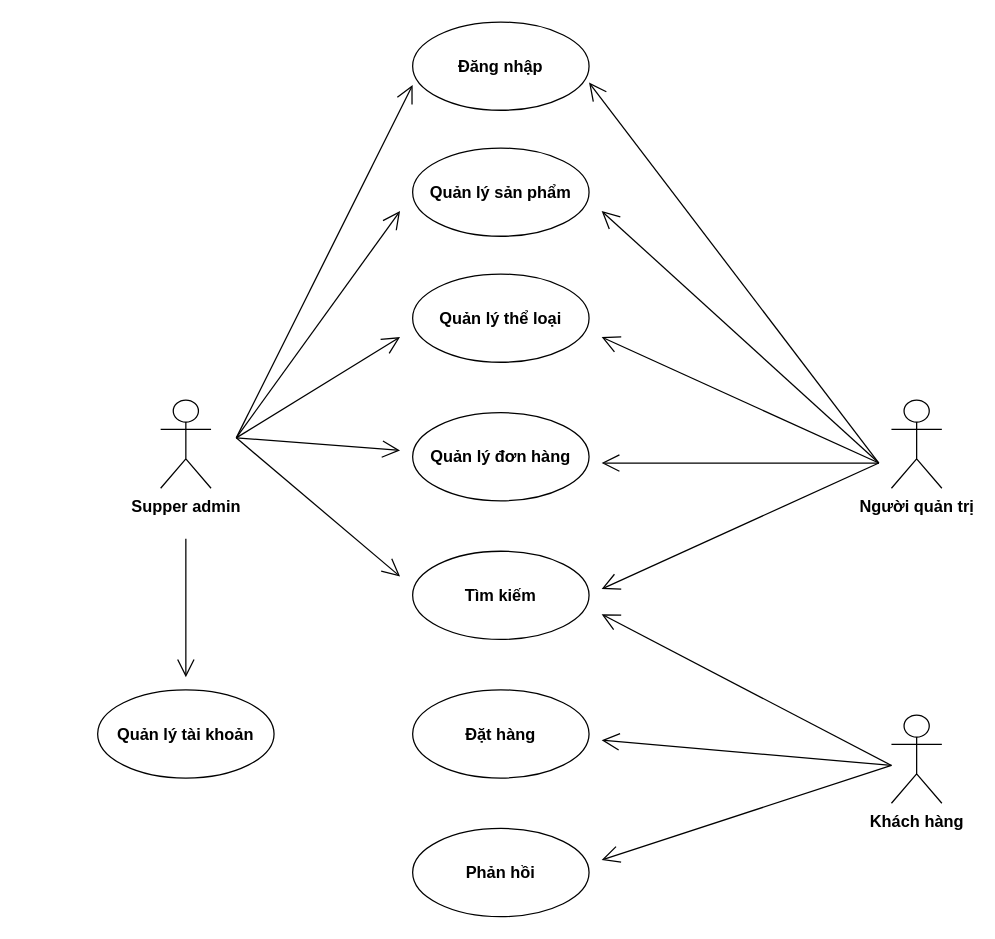
This is page "Ucase" (1 of 23) of abc.drawio from TuanAnhVH/tv, a draw.io file, before an edit. Source tidied: cells renumbered, new cells numbered last; positions are measured from the earlier drawing's top-left corner, leaving out a move shared by most shapes. Both pictures are drawn from the tidied source at 126%, with x=0, y=0 at pixel (97, 21).
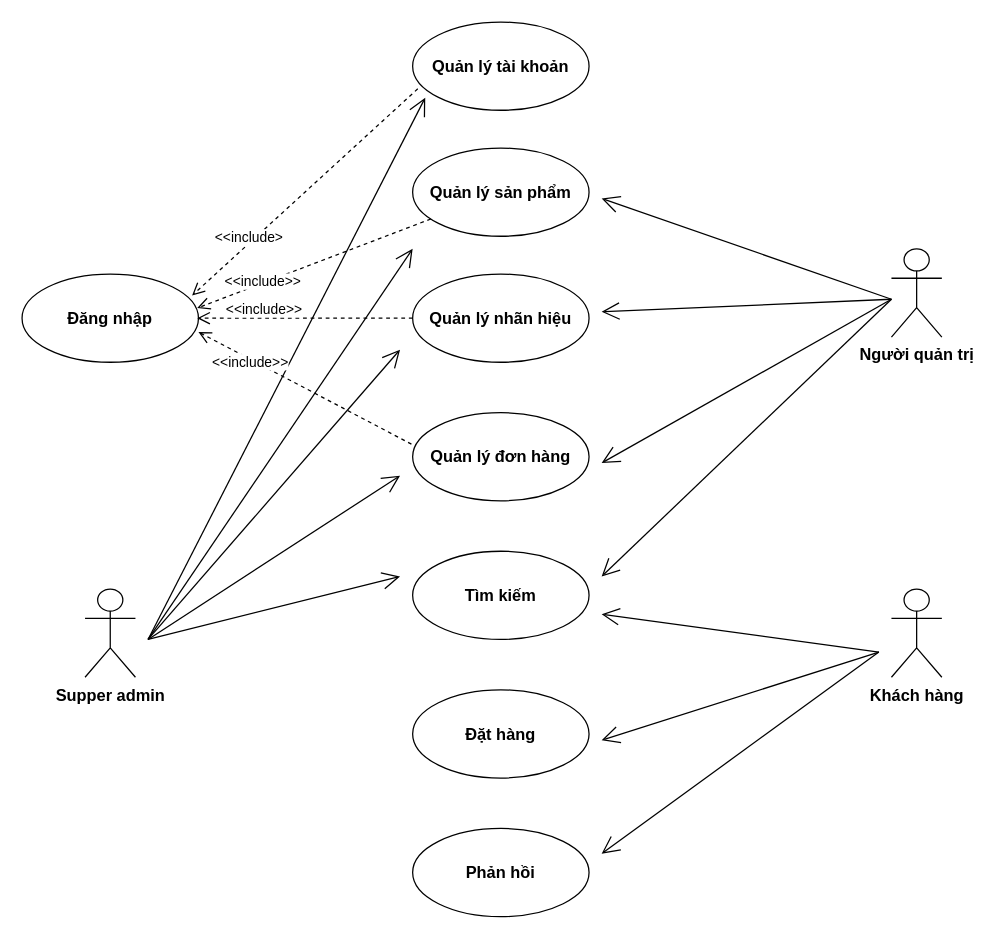
The same diagram, later.

The change refers to these unchanged cells:
```xml
<mxCell id="2" value="&lt;b&gt;&lt;font style=&quot;font-size: 13px&quot;&gt;Quản lý sản phẩm&lt;/font&gt;&lt;/b&gt;" style="ellipse;whiteSpace=wrap;html=1;" parent="1" vertex="1">
  <mxGeometry x="250" y="100" width="140" height="70" as="geometry" />
</mxCell>
<mxCell id="4" value="&lt;b&gt;&lt;font style=&quot;font-size: 13px&quot;&gt;Quản lý đơn hàng&lt;/font&gt;&lt;/b&gt;" style="ellipse;whiteSpace=wrap;html=1;" parent="1" vertex="1">
  <mxGeometry x="250" y="310" width="140" height="70" as="geometry" />
</mxCell>
```

The edit, as a diff of the source:
```diff
@@
-    <mxCell id="3" value="&lt;font style=&quot;font-size: 13px&quot;&gt;&lt;b&gt;Quản lý thể loại&lt;/b&gt;&lt;/font&gt;" style="ellipse;whiteSpace=wrap;html=1;" parent="1" vertex="1">
+    <mxCell id="3" value="&lt;font style=&quot;font-size: 13px&quot;&gt;&lt;b&gt;Quản lý nhãn hiệu&lt;/b&gt;&lt;/font&gt;" style="ellipse;whiteSpace=wrap;html=1;" parent="1" vertex="1">
       <mxGeometry x="250" y="200" width="140" height="70" as="geometry" />
     </mxCell>
@@
     <mxCell id="8" value="&lt;font style=&quot;font-size: 13px&quot;&gt;&lt;b&gt;Supper admin&lt;/b&gt;&lt;/font&gt;" style="shape=umlActor;verticalLabelPosition=bottom;verticalAlign=top;html=1;" parent="1" vertex="1">
-      <mxGeometry x="50" y="300" width="40" height="70" as="geometry" />
+      <mxGeometry x="-10" y="450" width="40" height="70" as="geometry" />
     </mxCell>
     <mxCell id="9" value="&lt;font style=&quot;font-size: 13px&quot;&gt;&lt;b&gt;Người quản trị&lt;/b&gt;&lt;/font&gt;" style="shape=umlActor;verticalLabelPosition=bottom;verticalAlign=top;html=1;" parent="1" vertex="1">
-      <mxGeometry x="630" y="300" width="40" height="70" as="geometry" />
+      <mxGeometry x="630" y="180" width="40" height="70" as="geometry" />
     </mxCell>
     <mxCell id="10" value="&lt;b&gt;&lt;font style=&quot;font-size: 13px&quot;&gt;Khách hàng&lt;/font&gt;&lt;/b&gt;" style="shape=umlActor;verticalLabelPosition=bottom;verticalAlign=top;html=1;" parent="1" vertex="1">
-      <mxGeometry x="630" y="550" width="40" height="70" as="geometry" />
+      <mxGeometry x="630" y="450" width="40" height="70" as="geometry" />
     </mxCell>
     <mxCell id="11" style="endArrow=open;endFill=1;endSize=12;html=1;" parent="1" edge="1">
       <mxGeometry relative="1" as="geometry">
-        <mxPoint x="630" y="590" as="sourcePoint" />
+        <mxPoint x="620" y="500" as="sourcePoint" />
         <mxPoint x="400" y="470" as="targetPoint" />
       </mxGeometry>
     </mxCell>
     <mxCell id="12" style="endArrow=open;endFill=1;endSize=12;html=1;" parent="1" edge="1">
       <mxGeometry relative="1" as="geometry">
-        <mxPoint x="630" y="590" as="sourcePoint" />
+        <mxPoint x="620" y="500" as="sourcePoint" />
         <mxPoint x="400" y="570" as="targetPoint" />
       </mxGeometry>
     </mxCell>
     <mxCell id="13" style="endArrow=open;endFill=1;endSize=12;html=1;" parent="1" edge="1">
       <mxGeometry relative="1" as="geometry">
-        <mxPoint x="630" y="590" as="sourcePoint" />
-        <mxPoint x="400" y="665" as="targetPoint" />
+        <mxPoint x="620" y="500" as="sourcePoint" />
+        <mxPoint x="400" y="660" as="targetPoint" />
       </mxGeometry>
     </mxCell>
     <mxCell id="14" style="endArrow=open;endFill=1;endSize=12;html=1;" parent="1" edge="1">
       <mxGeometry relative="1" as="geometry">
-        <mxPoint x="110" y="330" as="sourcePoint" />
-        <mxPoint x="240" y="150" as="targetPoint" />
+        <mxPoint x="40" y="490" as="sourcePoint" />
+        <mxPoint x="250" y="180" as="targetPoint" />
       </mxGeometry>
     </mxCell>
     <mxCell id="15" style="endArrow=open;endFill=1;endSize=12;html=1;" parent="1" edge="1">
       <mxGeometry relative="1" as="geometry">
-        <mxPoint x="110" y="330" as="sourcePoint" />
-        <mxPoint x="240" y="250" as="targetPoint" />
+        <mxPoint x="40" y="490" as="sourcePoint" />
+        <mxPoint x="240" y="260" as="targetPoint" />
       </mxGeometry>
     </mxCell>
     <mxCell id="16" style="endArrow=open;endFill=1;endSize=12;html=1;" parent="1" edge="1">
       <mxGeometry relative="1" as="geometry">
-        <mxPoint x="110" y="330" as="sourcePoint" />
-        <mxPoint x="240" y="340" as="targetPoint" />
+        <mxPoint x="40" y="490" as="sourcePoint" />
+        <mxPoint x="240" y="360" as="targetPoint" />
       </mxGeometry>
     </mxCell>
     <mxCell id="17" style="endArrow=open;endFill=1;endSize=12;html=1;" parent="1" edge="1">
       <mxGeometry relative="1" as="geometry">
-        <mxPoint x="110" y="330" as="sourcePoint" />
+        <mxPoint x="40" y="490" as="sourcePoint" />
         <mxPoint x="240" y="440" as="targetPoint" />
       </mxGeometry>
     </mxCell>
     <mxCell id="18" style="endArrow=open;endFill=1;endSize=12;html=1;" parent="1" edge="1">
       <mxGeometry relative="1" as="geometry">
-        <mxPoint x="620" y="350" as="sourcePoint" />
-        <mxPoint x="400" y="150" as="targetPoint" />
+        <mxPoint x="630" y="220" as="sourcePoint" />
+        <mxPoint x="400" y="140" as="targetPoint" />
       </mxGeometry>
     </mxCell>
     <mxCell id="19" style="endArrow=open;endFill=1;endSize=12;html=1;" parent="1" edge="1">
       <mxGeometry relative="1" as="geometry">
-        <mxPoint x="620" y="350" as="sourcePoint" />
-        <mxPoint x="400" y="250" as="targetPoint" />
+        <mxPoint x="630" y="220" as="sourcePoint" />
+        <mxPoint x="400" y="230" as="targetPoint" />
       </mxGeometry>
     </mxCell>
     <mxCell id="20" style="endArrow=open;endFill=1;endSize=12;html=1;" parent="1" edge="1">
       <mxGeometry relative="1" as="geometry">
-        <mxPoint x="620" y="350" as="sourcePoint" />
+        <mxPoint x="630" y="220" as="sourcePoint" />
         <mxPoint x="400" y="350" as="targetPoint" />
       </mxGeometry>
     </mxCell>
     <mxCell id="21" style="endArrow=open;endFill=1;endSize=12;html=1;" parent="1" edge="1">
       <mxGeometry relative="1" as="geometry">
-        <mxPoint x="620" y="350" as="sourcePoint" />
-        <mxPoint x="400" y="450" as="targetPoint" />
+        <mxPoint x="630" y="220" as="sourcePoint" />
+        <mxPoint x="400" y="440" as="targetPoint" />
       </mxGeometry>
     </mxCell>
     <mxCell id="22" value="&lt;b&gt;&lt;font style=&quot;font-size: 13px&quot;&gt;Quản lý tài khoản&lt;/font&gt;&lt;/b&gt;" style="ellipse;whiteSpace=wrap;html=1;" parent="1" vertex="1">
-      <mxGeometry y="530" width="140" height="70" as="geometry" />
+      <mxGeometry x="250" width="140" height="70" as="geometry" />
     </mxCell>
     <mxCell id="23" style="endArrow=open;endFill=1;endSize=12;html=1;" parent="1" edge="1">
       <mxGeometry relative="1" as="geometry">
-        <mxPoint x="70" y="410" as="sourcePoint" />
-        <mxPoint x="70" y="520" as="targetPoint" />
+        <mxPoint x="40" y="490" as="sourcePoint" />
+        <mxPoint x="260" y="60" as="targetPoint" />
       </mxGeometry>
     </mxCell>
     <mxCell id="24" value="&lt;b&gt;&lt;font style=&quot;font-size: 13px&quot;&gt;Đăng nhập&lt;/font&gt;&lt;/b&gt;" style="ellipse;whiteSpace=wrap;html=1;" parent="1" vertex="1">
-      <mxGeometry x="250" width="140" height="70" as="geometry" />
+      <mxGeometry x="-60" y="200" width="140" height="70" as="geometry" />
     </mxCell>
-    <mxCell id="25" style="endArrow=open;endFill=1;endSize=12;html=1;entryX=1;entryY=0.686;entryDx=0;entryDy=0;entryPerimeter=0;" parent="1" edge="1" target="24">
-      <mxGeometry relative="1" as="geometry">
-        <mxPoint x="620" y="350" as="sourcePoint" />
-      </mxGeometry>
-    </mxCell>
-    <mxCell id="26" style="endArrow=open;endFill=1;endSize=12;html=1;entryX=0;entryY=0.714;entryDx=0;entryDy=0;entryPerimeter=0;" parent="1" edge="1" target="24">
-      <mxGeometry relative="1" as="geometry">
-        <mxPoint x="110" y="330" as="sourcePoint" />
-      </mxGeometry>
-    </mxCell>
+    <mxCell id="27" value="&amp;lt;&amp;lt;include&amp;gt;" style="html=1;verticalAlign=bottom;endArrow=open;dashed=1;endSize=8;exitX=0.029;exitY=0.757;exitDx=0;exitDy=0;exitPerimeter=0;entryX=0.964;entryY=0.243;entryDx=0;entryDy=0;entryPerimeter=0;" parent="1" edge="1" source="22" target="24">
+      <mxGeometry x="0.52" y="3" relative="1" as="geometry" />
+    </mxCell>
+    <mxCell id="28" style="html=1;verticalAlign=bottom;endArrow=open;dashed=1;endSize=8;entryX=0.993;entryY=0.386;entryDx=0;entryDy=0;entryPerimeter=0;" parent="1" edge="1" source="2" target="24">
+      <mxGeometry relative="1" as="geometry" />
+    </mxCell>
+    <mxCell id="29" style="html=1;verticalAlign=bottom;endArrow=open;dashed=1;endSize=8;exitX=0;exitY=0.5;exitDx=0;exitDy=0;" parent="1" edge="1" source="3">
+      <mxGeometry relative="1" as="geometry">
+        <mxPoint x="79" y="235" as="targetPoint" />
+      </mxGeometry>
+    </mxCell>
+    <mxCell id="30" style="html=1;verticalAlign=bottom;endArrow=open;dashed=1;endSize=8;exitX=-0.007;exitY=0.357;exitDx=0;exitDy=0;exitPerimeter=0;" parent="1" edge="1" source="4">
+      <mxGeometry relative="1" as="geometry">
+        <mxPoint x="80" y="246" as="targetPoint" />
+      </mxGeometry>
+    </mxCell>
+    <mxCell id="31" value="&amp;lt;&amp;lt;include&amp;gt;&amp;gt;" style="edgeLabel;html=1;align=center;verticalAlign=middle;" parent="30" vertex="1">
+      <mxGeometry x="-0.27" y="1" relative="1" as="geometry">
+        <mxPoint x="-66.6" y="-33.3" as="offset" />
+      </mxGeometry>
+    </mxCell>
+    <mxCell id="32" value="&amp;lt;&amp;lt;include&amp;gt;&amp;gt;" style="edgeLabel;html=1;align=center;verticalAlign=middle;" parent="1" vertex="1">
+      <mxGeometry x="130" y="210" as="geometry">
+        <mxPoint y="-5" as="offset" />
+      </mxGeometry>
+    </mxCell>
+    <mxCell id="33" value="&amp;lt;&amp;lt;include&amp;gt;&amp;gt;" style="edgeLabel;html=1;align=center;verticalAlign=middle;rotation=0;" parent="1" vertex="1">
+      <mxGeometry x="130" y="240" as="geometry">
+        <mxPoint x="1" y="-13" as="offset" />
+      </mxGeometry>
+    </mxCell>
```
